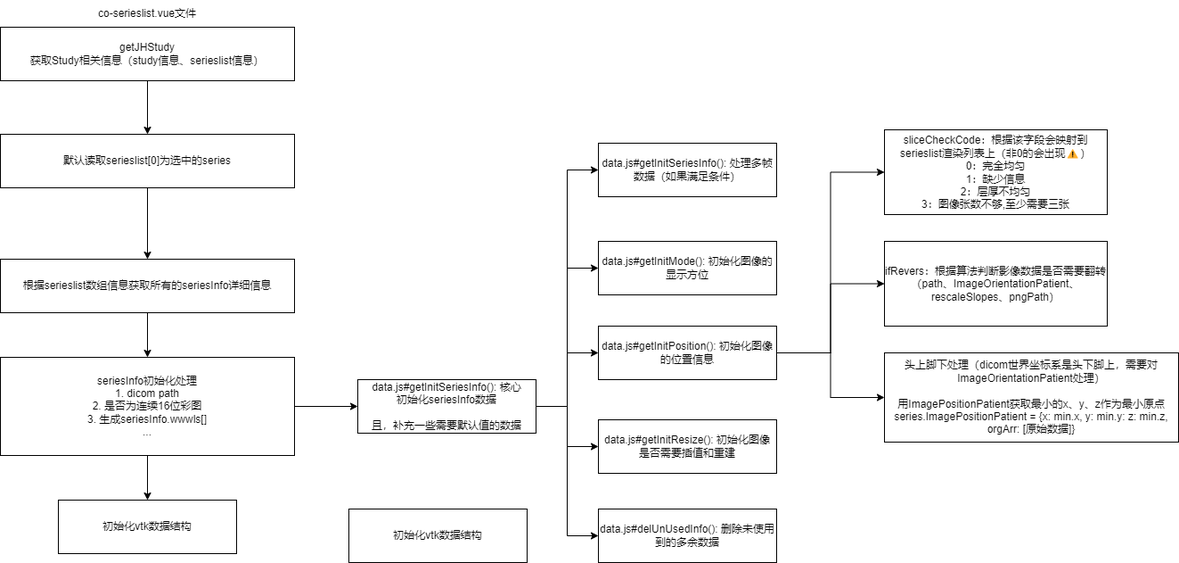
The draw.io diagram viewer数据流.drawio.png in JYbill/draw, before a commit. Source tidied: cells renumbered, new cells last; positions are measured from the earlier drawing's top-left corner, leaving out a move shared by most shapes.
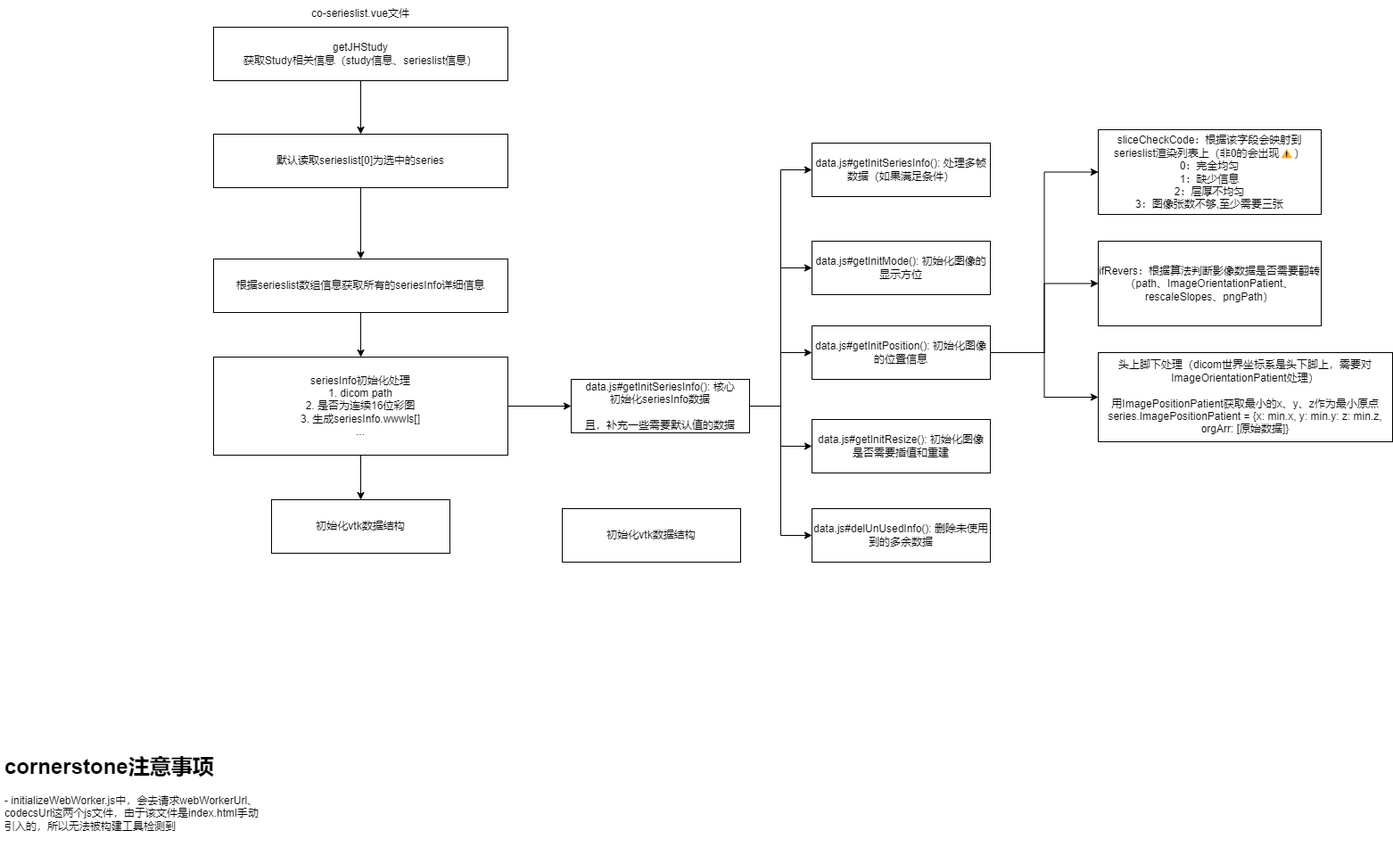
The same diagram one commit later.

Commit message:
更新viewer数据流.drawio.png

Change to the diagram source:
```diff
@@ -89,5 +89,8 @@
     <mxCell id="30" value="data.js#delUnUsedInfo(): 删除未使用到的多余数据" style="rounded=0;whiteSpace=wrap;html=1;" parent="1" vertex="1">
       <mxGeometry x="671" y="570" width="200" height="60" as="geometry" />
     </mxCell>
+    <mxCell id="31" value="&lt;h1&gt;cornerstone注意事项&lt;br&gt;&lt;/h1&gt;&lt;p&gt;- initializeWebWorker.js中，会去请求webWorkerUrl、codecsUrl这两个js文件，由于该文件是index.html手动引入的，所以无法被构建工具检测到&lt;/p&gt;" style="text;html=1;spacing=5;spacingTop=-20;whiteSpace=wrap;overflow=hidden;rounded=0;" parent="1" vertex="1">
+      <mxGeometry x="-239" y="840" width="294" height="110" as="geometry" />
+    </mxCell>
   </root>
 </mxGraphModel>
```
